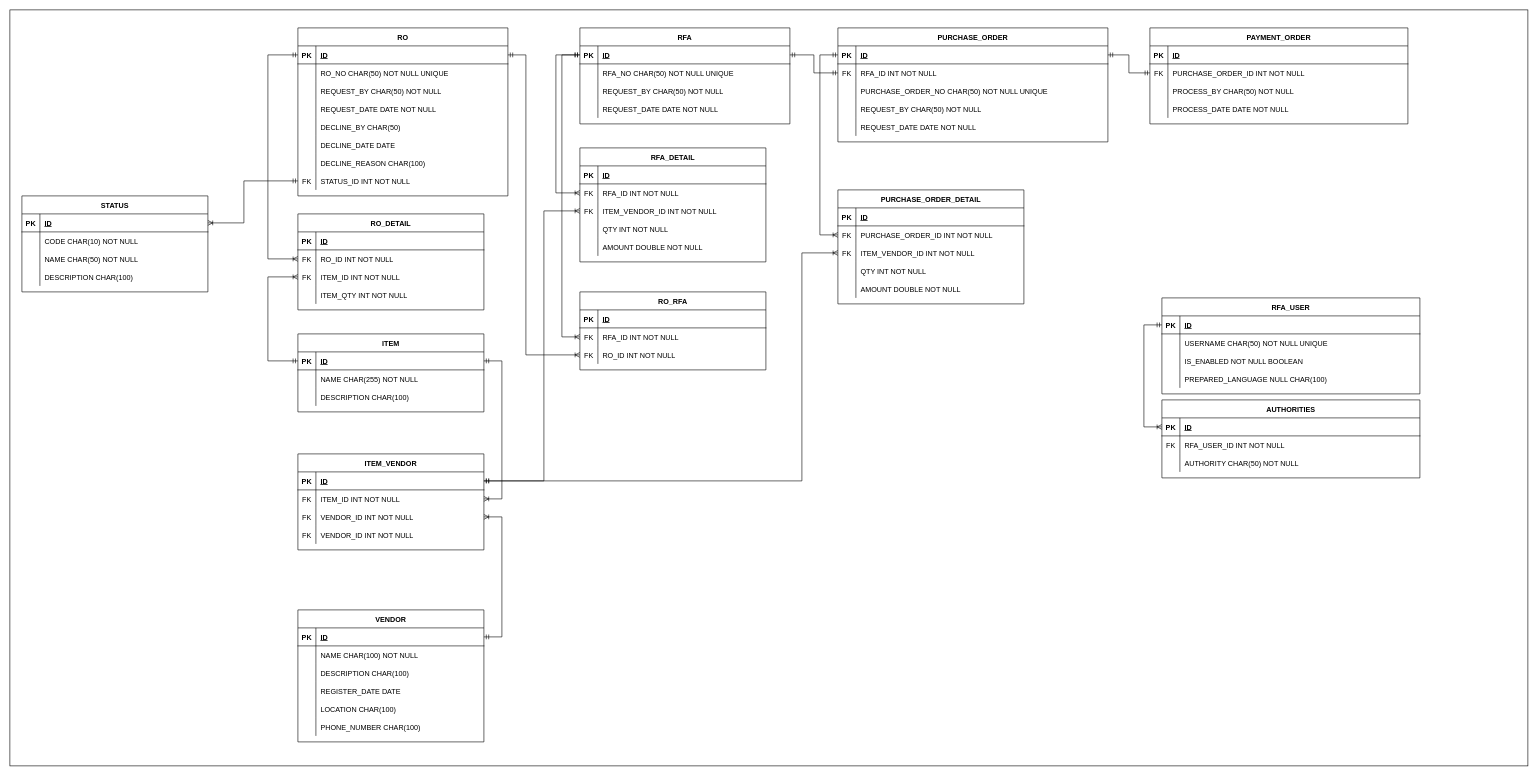
Above: Glovis-DB-Design.drawio in johanjah/rfa-db-design (draw.io), before the change. Source tidied: cells renumbered, new cells numbered last; positions are measured from the earlier drawing's top-left corner, leaving out a move shared by most shapes. Both pictures are drawn from the tidied source at 60%, with x=0, y=0 at pixel (10, 10).
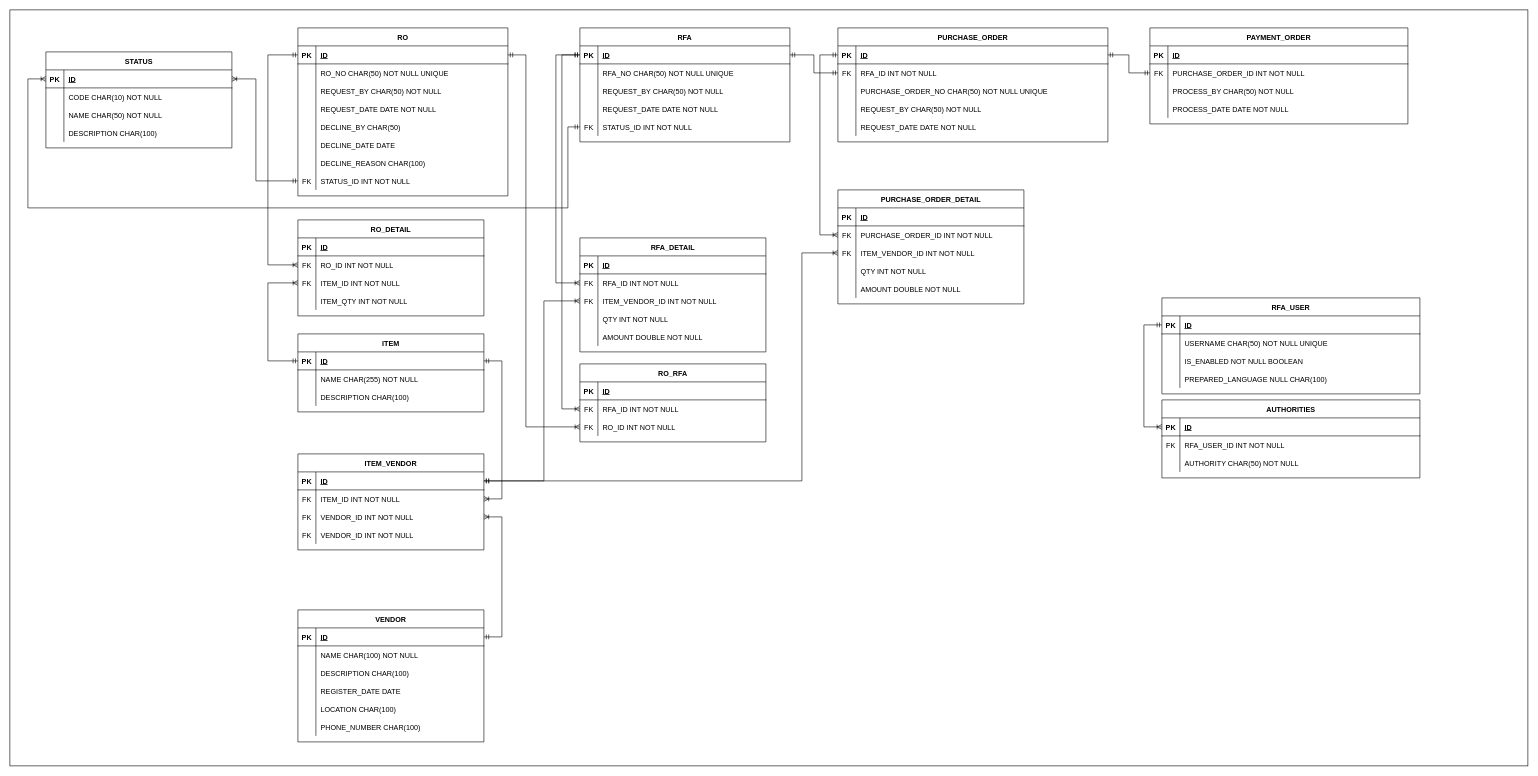
Above is the later version.

The change refers to these unchanged cells:
```xml
<mxCell id="25" style="shape=tableRow;horizontal=0;startSize=0;swimlaneHead=0;swimlaneBody=0;fillColor=none;points=[[0,0.5],[1,0.5]];portConstraint=eastwest;top=0;left=0;right=0;bottom=0;" parent="3" vertex="1">
  <mxGeometry y="240" width="350" height="30" as="geometry" />
</mxCell>
<mxCell id="87" style="shape=tableRow;horizontal=0;startSize=0;swimlaneHead=0;swimlaneBody=0;fillColor=none;points=[[0,0.5],[1,0.5]];portConstraint=eastwest;top=0;left=0;right=0;bottom=1;" parent="86" vertex="1">
  <mxGeometry y="30" width="310" height="30" as="geometry" />
</mxCell>
```

The edit, as a diff of the source:
```diff
@@
     <mxCell id="28" value="RO_DETAIL" style="shape=table;startSize=30;childLayout=tableLayout;rowLines=0;fontStyle=1;align=center;" parent="1" vertex="1">
-      <mxGeometry x="480" y="340" width="310" height="160" as="geometry" />
+      <mxGeometry x="480" y="350" width="310" height="160" as="geometry" />
     </mxCell>
@@
     <mxCell id="73" value="RFA" style="shape=table;startSize=30;childLayout=tableLayout;rowLines=0;fontStyle=1;align=center;" parent="1" vertex="1">
-      <mxGeometry x="950" y="30" width="350" height="160" as="geometry" />
+      <mxGeometry x="950" y="30" width="350" height="190" as="geometry" />
     </mxCell>
@@
+    <mxCell id="217" style="shape=tableRow;horizontal=0;startSize=0;swimlaneHead=0;swimlaneBody=0;fillColor=none;points=[[0,0.5],[1,0.5]];portConstraint=eastwest;top=0;left=0;right=0;bottom=0;" parent="73" vertex="1">
+      <mxGeometry y="150" width="350" height="30" as="geometry" />
+    </mxCell>
+    <mxCell id="218" value="FK" style="shape=partialRectangle;fillColor=none;top=0;left=0;bottom=0;right=0;overflow=hidden;" parent="217" vertex="1">
+      <mxGeometry width="30" height="30" as="geometry" />
+    </mxCell>
+    <mxCell id="219" value="STATUS_ID INT NOT NULL" style="shape=partialRectangle;fillColor=none;top=0;left=0;bottom=0;right=0;align=left;spacingLeft=6;overflow=hidden;" parent="217" vertex="1">
+      <mxGeometry x="30" width="320" height="30" as="geometry" />
+    </mxCell>
     <mxCell id="86" value="STATUS" style="shape=table;startSize=30;childLayout=tableLayout;rowLines=0;fontStyle=1;align=center;" parent="1" vertex="1">
-      <mxGeometry x="20" y="310" width="310" height="160" as="geometry" />
+      <mxGeometry x="60" y="70" width="310" height="160" as="geometry" />
     </mxCell>
@@
     <mxCell id="99" value="RFA_DETAIL" style="shape=table;startSize=30;childLayout=tableLayout;rowLines=0;fontStyle=1;align=center;" parent="1" vertex="1">
-      <mxGeometry x="950" y="230" width="310" height="190" as="geometry" />
+      <mxGeometry x="950" y="380" width="310" height="190" as="geometry" />
     </mxCell>
@@
     <mxCell id="186" value="RO_RFA" style="shape=table;startSize=30;childLayout=tableLayout;rowLines=0;fontStyle=1;align=center;" parent="1" vertex="1">
-      <mxGeometry x="950" y="470" width="310" height="130" as="geometry" />
+      <mxGeometry x="950" y="590" width="310" height="130" as="geometry" />
     </mxCell>
@@
     <mxCell id="198" style="edgeStyle=elbowEdgeStyle;fontSize=12;html=1;endArrow=ERoneToMany;startArrow=ERmandOne;rounded=0;" parent="1" edge="1" source="25" target="87">
       <mxGeometry relative="1" as="geometry">
         <Array as="points">
-          <mxPoint x="390" y="310" />
+          <mxPoint x="410" y="190" />
           <mxPoint x="510" y="250" />
         </Array>
       </mxGeometry>
     </mxCell>
@@
+    <mxCell id="220" style="edgeStyle=orthogonalEdgeStyle;fontSize=12;html=1;endArrow=ERoneToMany;startArrow=ERmandOne;rounded=0;" parent="1" edge="1" source="217" target="87">
+      <mxGeometry relative="1" as="geometry">
+        <Array as="points">
+          <mxPoint x="930" y="195" />
+          <mxPoint x="930" y="330" />
+          <mxPoint x="30" y="330" />
+          <mxPoint x="30" y="115" />
+        </Array>
+      </mxGeometry>
+    </mxCell>
```
